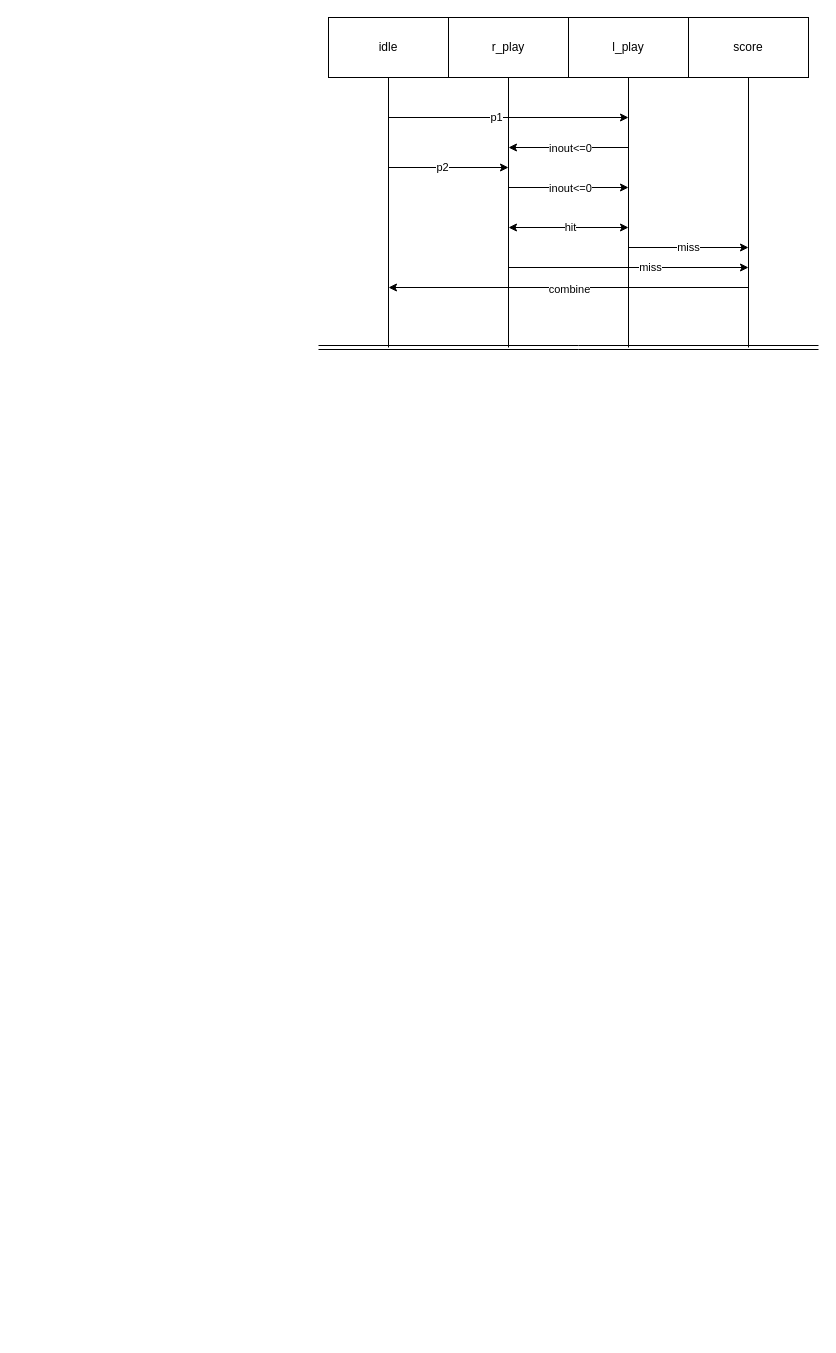
Before: bidirmsc.drawio in Chee-En/SoCLab, a draw.io diagram. Source tidied: cells renumbered, new cells numbered last; positions are measured from the earlier drawing's top-left corner, leaving out a move shared by most shapes. Both pictures are drawn from the tidied source at 100%, with x=0, y=0 at pixel (318, 17).
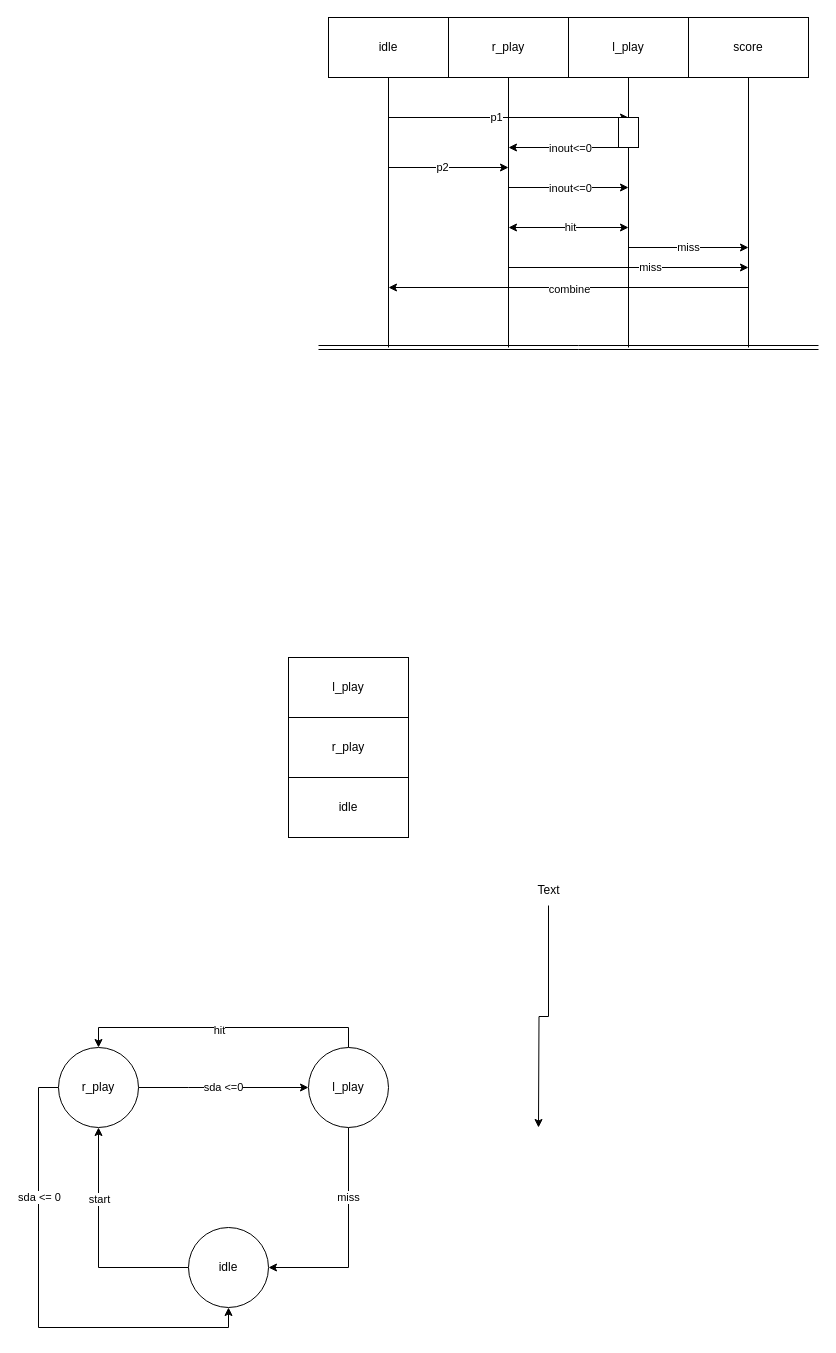
The same page after the edit.

Unchanged cells that the change refers to:
```xml
<mxCell id="4" value="l_play" style="rounded=0;whiteSpace=wrap;html=1;" parent="1" vertex="1">
  <mxGeometry x="250" width="120" height="60" as="geometry" />
</mxCell>
```

What changed in the source:
```diff
@@
-    <mxCell id="6" style="endArrow=none;html=1;rounded=0;entryX=0.5;entryY=1;entryDx=0;entryDy=0;" parent="1" edge="1" target="4">
-      <mxGeometry relative="1" as="geometry">
-        <mxPoint x="310" y="330" as="sourcePoint" />
-      </mxGeometry>
+    <mxCell id="6" style="endArrow=none;html=1;rounded=0;entryX=0.5;entryY=1;entryDx=0;entryDy=0;" parent="1" edge="1" source="28" target="4">
+      <mxGeometry relative="1" as="geometry" />
     </mxCell>
@@
+    <mxCell id="27" style="endArrow=none;html=1;rounded=0;entryX=0.5;entryY=1;entryDx=0;entryDy=0;" parent="1" edge="1" target="28">
+      <mxGeometry relative="1" as="geometry">
+        <mxPoint x="310" y="330" as="sourcePoint" />
+      </mxGeometry>
+    </mxCell>
+    <mxCell id="28" style="rounded=0;whiteSpace=wrap;html=1;" parent="1" vertex="1">
+      <mxGeometry x="300" y="100" width="20" height="30" as="geometry" />
+    </mxCell>
+    <mxCell id="29" value="idle" style="rounded=0;whiteSpace=wrap;html=1;" parent="1" vertex="1">
+      <mxGeometry x="-30" y="760" width="120" height="60" as="geometry" />
+    </mxCell>
+    <mxCell id="30" value="r_play" style="rounded=0;whiteSpace=wrap;html=1;" parent="1" vertex="1">
+      <mxGeometry x="-30" y="700" width="120" height="60" as="geometry" />
+    </mxCell>
+    <mxCell id="31" value="l_play" style="rounded=0;whiteSpace=wrap;html=1;" parent="1" vertex="1">
+      <mxGeometry x="-30" y="640" width="120" height="60" as="geometry" />
+    </mxCell>
+    <mxCell id="32" style="edgeStyle=orthogonalEdgeStyle;rounded=0;jettySize=auto;html=1;" parent="1" edge="1" source="33">
+      <mxGeometry relative="1" as="geometry">
+        <mxPoint x="220" y="1110" as="targetPoint" />
+      </mxGeometry>
+    </mxCell>
+    <mxCell id="33" value="Text" style="text;html=1;align=center;verticalAlign=middle;points=[];strokeColor=none;fillColor=none;" parent="1" vertex="1">
+      <mxGeometry x="205" y="858" width="50" height="30" as="geometry" />
+    </mxCell>
+    <mxCell id="34" style="edgeStyle=orthogonalEdgeStyle;rounded=0;jettySize=auto;html=1;exitX=1;exitY=0.5;exitDx=0;exitDy=0;entryX=0;entryY=0.5;entryDx=0;entryDy=0;" parent="1" edge="1" source="38" target="46">
+      <mxGeometry relative="1" as="geometry">
+        <Array as="points">
+          <mxPoint x="-130" y="1070" />
+          <mxPoint x="-130" y="1070" />
+        </Array>
+      </mxGeometry>
+    </mxCell>
+    <mxCell id="35" value="sda &amp;lt;=0" style="edgeLabel;html=1;align=center;verticalAlign=middle;" parent="34" vertex="1">
+      <mxGeometry x="-0.01" y="1" relative="1" as="geometry" />
+    </mxCell>
+    <mxCell id="36" style="edgeStyle=orthogonalEdgeStyle;rounded=0;jettySize=auto;html=1;exitX=0;exitY=0.5;exitDx=0;exitDy=0;entryX=0.5;entryY=1;entryDx=0;entryDy=0;" parent="1" edge="1" source="38" target="41">
+      <mxGeometry relative="1" as="geometry" />
+    </mxCell>
+    <mxCell id="37" value="sda &amp;lt;= 0" style="edgeLabel;html=1;align=center;verticalAlign=middle;" parent="36" vertex="1">
+      <mxGeometry x="-0.45" relative="1" as="geometry" />
+    </mxCell>
+    <mxCell id="38" value="r_play" style="ellipse;whiteSpace=wrap;html=1;" parent="1" vertex="1">
+      <mxGeometry x="-260" y="1030" width="80" height="80" as="geometry" />
+    </mxCell>
+    <mxCell id="39" style="edgeStyle=orthogonalEdgeStyle;rounded=0;jettySize=auto;html=1;exitX=0;exitY=0.5;exitDx=0;exitDy=0;entryX=0.5;entryY=1;entryDx=0;entryDy=0;" parent="1" edge="1" source="41" target="38">
+      <mxGeometry relative="1" as="geometry" />
+    </mxCell>
+    <mxCell id="40" value="start" style="edgeLabel;html=1;align=center;verticalAlign=middle;" parent="39" vertex="1">
+      <mxGeometry x="0.09" y="2" relative="1" as="geometry">
+        <mxPoint x="2" y="-34" as="offset" />
+      </mxGeometry>
+    </mxCell>
+    <mxCell id="41" value="idle" style="ellipse;whiteSpace=wrap;html=1;" parent="1" vertex="1">
+      <mxGeometry x="-130" y="1210" width="80" height="80" as="geometry" />
+    </mxCell>
+    <mxCell id="42" style="edgeStyle=orthogonalEdgeStyle;rounded=0;jettySize=auto;html=1;exitX=0.5;exitY=0;exitDx=0;exitDy=0;entryX=0.5;entryY=0;entryDx=0;entryDy=0;" parent="1" edge="1" source="46" target="38">
+      <mxGeometry relative="1" as="geometry" />
+    </mxCell>
+    <mxCell id="43" value="hit" style="edgeLabel;html=1;align=center;verticalAlign=middle;" parent="42" vertex="1">
+      <mxGeometry x="-0.04" y="2" relative="1" as="geometry">
+        <mxPoint x="-11" as="offset" />
+      </mxGeometry>
+    </mxCell>
+    <mxCell id="44" style="edgeStyle=orthogonalEdgeStyle;rounded=0;jettySize=auto;html=1;exitX=0.5;exitY=1;exitDx=0;exitDy=0;entryX=1;entryY=0.5;entryDx=0;entryDy=0;" parent="1" edge="1" source="46" target="41">
+      <mxGeometry relative="1" as="geometry" />
+    </mxCell>
+    <mxCell id="45" value="miss" style="edgeLabel;html=1;align=center;verticalAlign=middle;" parent="44" vertex="1">
+      <mxGeometry x="-0.37" y="-1" relative="1" as="geometry" />
+    </mxCell>
+    <mxCell id="46" value="l_play" style="ellipse;whiteSpace=wrap;html=1;" parent="1" vertex="1">
+      <mxGeometry x="-10" y="1030" width="80" height="80" as="geometry" />
+    </mxCell>
```
